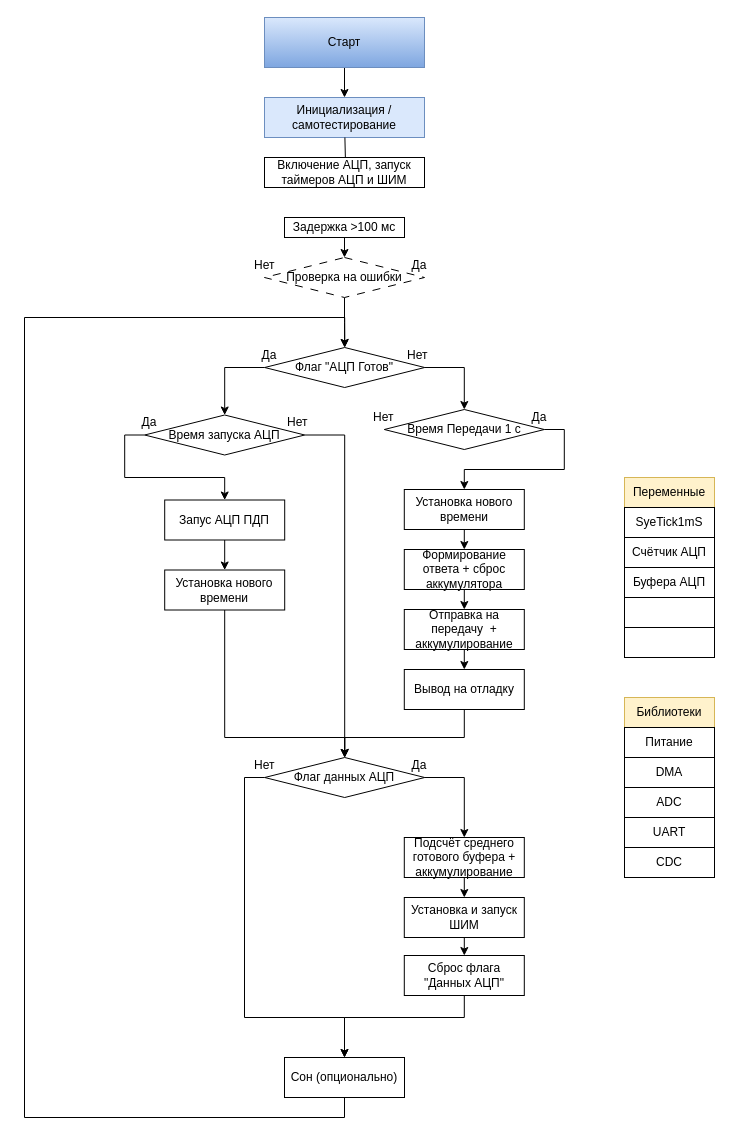
Earlier version of the draw.io diagram page "Главный цикл - 1" (1 of 2) of Диаграмма тестового задания.1.drawio (Anunachy666/STM32_ADC_PWM_1). Source tidied: cells renumbered, new cells numbered last; positions are measured from the earlier drawing's top-left corner, leaving out a move shared by most shapes. Both pictures are drawn from the tidied source at 100%, with x=0, y=0 at pixel (24, 17).
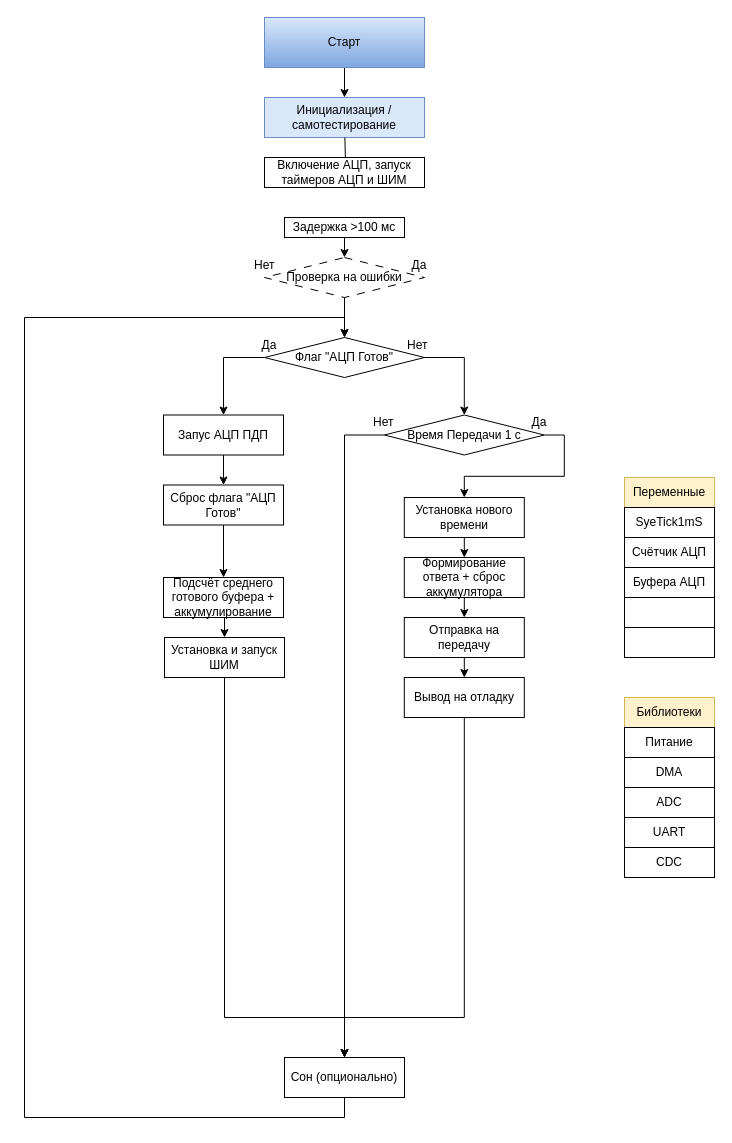
The same page after the edit.

Unchanged cells that the change refers to:
```xml
<mxCell id="45" value="Сон (опционально)" style="rounded=0;whiteSpace=wrap;html=1;" parent="1" vertex="1">
  <mxGeometry x="260" y="1040" width="120" height="40" as="geometry" />
</mxCell>
```

What changed in the source:
```diff
@@
-    <mxCell id="25" style="edgeStyle=orthogonalEdgeStyle;rounded=0;jettySize=auto;html=1;exitX=1;exitY=0.5;exitDx=0;exitDy=0;entryX=0.5;entryY=0;entryDx=0;entryDy=0;defaultLabelBackgroundColor=page;" parent="1" edge="1" source="27" target="31">
-      <mxGeometry relative="1" as="geometry" />
-    </mxCell>
-    <mxCell id="26" style="edgeStyle=orthogonalEdgeStyle;rounded=0;jettySize=auto;html=1;exitX=0;exitY=0.5;exitDx=0;exitDy=0;entryX=0.5;entryY=0;entryDx=0;entryDy=0;defaultLabelBackgroundColor=page;" parent="1" edge="1" source="27" target="45">
-      <mxGeometry x="-0.1" relative="1" as="geometry">
-        <Array as="points">
-          <mxPoint x="220" y="760" />
-          <mxPoint x="220" y="1000" />
-          <mxPoint x="320" y="1000" />
-        </Array>
-      </mxGeometry>
-    </mxCell>
-    <mxCell id="27" value="Флаг данных АЦП" style="rhombus;whiteSpace=wrap;html=1;" parent="1" vertex="1">
-      <mxGeometry x="240.2" y="740" width="160" height="40" as="geometry" />
-    </mxCell>
@@
+    <mxCell id="66" style="edgeStyle=orthogonalEdgeStyle;rounded=0;jettySize=auto;html=1;exitX=0;exitY=0.5;exitDx=0;exitDy=0;entryX=0.5;entryY=0;entryDx=0;entryDy=0;defaultLabelBackgroundColor=page;" parent="1" edge="1" source="29" target="45">
+      <mxGeometry relative="1" as="geometry" />
+    </mxCell>
     <mxCell id="29" value="Время Передачи 1 с" style="rhombus;whiteSpace=wrap;html=1;" parent="1" vertex="1">
-      <mxGeometry x="359.8" y="392" width="160" height="40" as="geometry" />
+      <mxGeometry x="359.8" y="397.5" width="160" height="40" as="geometry" />
     </mxCell>
@@
     <mxCell id="31" value="Подсчёт среднего готового буфера + аккумулирование" style="rounded=0;whiteSpace=wrap;html=1;" parent="1" vertex="1">
-      <mxGeometry x="379.8" y="820" width="120" height="40" as="geometry" />
+      <mxGeometry x="139" y="560" width="120" height="40" as="geometry" />
     </mxCell>
-    <mxCell id="32" style="edgeStyle=orthogonalEdgeStyle;rounded=0;jettySize=auto;html=1;exitX=0.5;exitY=1;exitDx=0;exitDy=0;entryX=0.5;entryY=0;entryDx=0;entryDy=0;" parent="1" edge="1" source="33" target="63">
-      <mxGeometry relative="1" as="geometry" />
-    </mxCell>
+    <mxCell id="67" style="edgeStyle=orthogonalEdgeStyle;rounded=0;jettySize=auto;html=1;exitX=0.5;exitY=1;exitDx=0;exitDy=0;entryX=0.5;entryY=0;entryDx=0;entryDy=0;defaultLabelBackgroundColor=page;" parent="1" edge="1" source="33" target="45">
+      <mxGeometry relative="1" as="geometry">
+        <Array as="points">
+          <mxPoint x="200" y="1000" />
+          <mxPoint x="320" y="1000" />
+        </Array>
+      </mxGeometry>
+    </mxCell>
     <mxCell id="33" value="Установка и запуск ШИМ" style="rounded=0;whiteSpace=wrap;html=1;" parent="1" vertex="1">
-      <mxGeometry x="379.8" y="880" width="120" height="40" as="geometry" />
+      <mxGeometry x="140" y="620" width="120" height="40" as="geometry" />
     </mxCell>
@@
     <mxCell id="35" value="Формирование ответа + сброс аккумулятора" style="rounded=0;whiteSpace=wrap;html=1;" parent="1" vertex="1">
-      <mxGeometry x="379.8" y="532" width="120" height="40" as="geometry" />
+      <mxGeometry x="379.8" y="540" width="120" height="40" as="geometry" />
     </mxCell>
@@
-    <mxCell id="37" value="Отправка на передачу&amp;nbsp; + аккумулирование" style="rounded=0;whiteSpace=wrap;html=1;" parent="1" vertex="1">
-      <mxGeometry x="379.8" y="592" width="120" height="40" as="geometry" />
+    <mxCell id="37" value="Отправка на передачу" style="rounded=0;whiteSpace=wrap;html=1;" parent="1" vertex="1">
+      <mxGeometry x="379.8" y="600" width="120" height="40" as="geometry" />
     </mxCell>
-    <mxCell id="38" style="edgeStyle=orthogonalEdgeStyle;rounded=0;jettySize=auto;html=1;exitX=0.5;exitY=1;exitDx=0;exitDy=0;entryX=0.5;entryY=0;entryDx=0;entryDy=0;defaultLabelBackgroundColor=page;" parent="1" edge="1" source="39" target="27">
-      <mxGeometry relative="1" as="geometry">
-        <Array as="points">
-          <mxPoint x="439.8" y="720" />
-          <mxPoint x="320.2" y="720" />
-        </Array>
-      </mxGeometry>
-    </mxCell>
+    <mxCell id="68" style="edgeStyle=orthogonalEdgeStyle;rounded=0;jettySize=auto;html=1;exitX=0.5;exitY=1;exitDx=0;exitDy=0;entryX=0.5;entryY=0;entryDx=0;entryDy=0;defaultLabelBackgroundColor=page;" parent="1" edge="1" source="39" target="45">
+      <mxGeometry relative="1" as="geometry">
+        <Array as="points">
+          <mxPoint x="439.8" y="1000" />
+          <mxPoint x="320" y="1000" />
+        </Array>
+      </mxGeometry>
+    </mxCell>
     <mxCell id="39" value="Вывод на отладку" style="rounded=0;whiteSpace=wrap;html=1;" parent="1" vertex="1">
-      <mxGeometry x="379.8" y="652" width="120" height="40" as="geometry" />
+      <mxGeometry x="379.8" y="660" width="120" height="40" as="geometry" />
     </mxCell>
-    <mxCell id="40" value="Да" style="text;html=1;whiteSpace=wrap;strokeColor=none;fillColor=none;align=center;verticalAlign=middle;rounded=0;" parent="1" vertex="1">
-      <mxGeometry x="380.2" y="740" width="30" height="15" as="geometry" />
-    </mxCell>
-    <mxCell id="41" value="Нет&amp;nbsp;" style="text;html=1;whiteSpace=wrap;strokeColor=none;fillColor=none;align=center;verticalAlign=middle;rounded=0;" parent="1" vertex="1">
-      <mxGeometry x="226.8" y="740" width="30" height="15" as="geometry" />
-    </mxCell>
     <mxCell id="42" value="Да" style="text;html=1;whiteSpace=wrap;strokeColor=none;fillColor=none;align=center;verticalAlign=middle;rounded=0;" parent="1" vertex="1">
-      <mxGeometry x="499.8" y="392" width="30" height="15" as="geometry" />
+      <mxGeometry x="499.8" y="397.5" width="30" height="15" as="geometry" />
     </mxCell>
     <mxCell id="43" value="Нет&amp;nbsp;" style="text;html=1;whiteSpace=wrap;strokeColor=none;fillColor=none;align=center;verticalAlign=middle;rounded=0;" parent="1" vertex="1">
-      <mxGeometry x="346.2" y="392" width="30" height="15" as="geometry" />
+      <mxGeometry x="346.2" y="397.5" width="30" height="15" as="geometry" />
     </mxCell>
@@
-    <mxCell id="47" style="edgeStyle=orthogonalEdgeStyle;rounded=0;jettySize=auto;html=1;exitX=0;exitY=0.5;exitDx=0;exitDy=0;entryX=0.5;entryY=0;entryDx=0;entryDy=0;defaultLabelBackgroundColor=page;" parent="1" edge="1" source="48" target="53">
+    <mxCell id="47" style="edgeStyle=orthogonalEdgeStyle;rounded=0;jettySize=auto;html=1;exitX=0;exitY=0.5;exitDx=0;exitDy=0;defaultLabelBackgroundColor=page;" parent="1" edge="1" source="48" target="59">
       <mxGeometry relative="1" as="geometry" />
     </mxCell>
     <mxCell id="48" value="Флаг &quot;АЦП Готов&quot;" style="rhombus;whiteSpace=wrap;html=1;" parent="1" vertex="1">
-      <mxGeometry x="240.2" y="330" width="160" height="40" as="geometry" />
+      <mxGeometry x="240" y="320" width="160" height="40" as="geometry" />
     </mxCell>
     <mxCell id="49" value="Да" style="text;html=1;whiteSpace=wrap;strokeColor=none;fillColor=none;align=center;verticalAlign=middle;rounded=0;" parent="1" vertex="1">
-      <mxGeometry x="230.2" y="330" width="30" height="15" as="geometry" />
+      <mxGeometry x="230" y="320" width="30" height="15" as="geometry" />
     </mxCell>
     <mxCell id="50" value="Нет&amp;nbsp;" style="text;html=1;whiteSpace=wrap;strokeColor=none;fillColor=none;align=center;verticalAlign=middle;rounded=0;" parent="1" vertex="1">
-      <mxGeometry x="380.2" y="330" width="30" height="15" as="geometry" />
+      <mxGeometry x="380" y="320" width="30" height="15" as="geometry" />
     </mxCell>
-    <mxCell id="51" style="edgeStyle=orthogonalEdgeStyle;rounded=0;jettySize=auto;html=1;exitX=0;exitY=0.5;exitDx=0;exitDy=0;entryX=0.5;entryY=0;entryDx=0;entryDy=0;" parent="1" edge="1" source="53" target="59">
-      <mxGeometry relative="1" as="geometry" />
-    </mxCell>
-    <mxCell id="52" style="edgeStyle=orthogonalEdgeStyle;rounded=0;jettySize=auto;html=1;exitX=1;exitY=0.5;exitDx=0;exitDy=0;entryX=0.5;entryY=0;entryDx=0;entryDy=0;defaultLabelBackgroundColor=page;" parent="1" edge="1" source="53" target="27">
-      <mxGeometry relative="1" as="geometry" />
-    </mxCell>
-    <mxCell id="53" value="Время запуска АЦП" style="rhombus;whiteSpace=wrap;html=1;" parent="1" vertex="1">
-      <mxGeometry x="120.2" y="397.5" width="160" height="40" as="geometry" />
-    </mxCell>
-    <mxCell id="54" style="edgeStyle=orthogonalEdgeStyle;rounded=0;jettySize=auto;html=1;exitX=0.5;exitY=1;exitDx=0;exitDy=0;entryX=0.5;entryY=0;entryDx=0;entryDy=0;defaultLabelBackgroundColor=page;" parent="1" edge="1" source="55" target="27">
-      <mxGeometry relative="1" as="geometry">
-        <Array as="points">
-          <mxPoint x="200.2" y="720" />
-          <mxPoint x="320.2" y="720" />
-        </Array>
-      </mxGeometry>
-    </mxCell>
+    <mxCell id="69" style="edgeStyle=orthogonalEdgeStyle;rounded=0;jettySize=auto;html=1;exitX=0.5;exitY=1;exitDx=0;exitDy=0;entryX=0.5;entryY=0;entryDx=0;entryDy=0;defaultLabelBackgroundColor=page;" parent="1" edge="1" source="55" target="31">
+      <mxGeometry x="-0.63" relative="1" as="geometry" />
+    </mxCell>
-    <mxCell id="55" value="Установка нового времени" style="rounded=0;whiteSpace=wrap;html=1;" parent="1" vertex="1">
-      <mxGeometry x="140.2" y="552.5" width="120" height="40" as="geometry" />
+    <mxCell id="55" value="Сброс флага &quot;АЦП Готов&quot;" style="rounded=0;whiteSpace=wrap;html=1;" parent="1" vertex="1">
+      <mxGeometry x="139" y="467.5" width="120" height="40" as="geometry" />
     </mxCell>
-    <mxCell id="56" value="Нет&amp;nbsp;" style="text;html=1;whiteSpace=wrap;strokeColor=none;fillColor=none;align=center;verticalAlign=middle;rounded=0;" parent="1" vertex="1">
-      <mxGeometry x="260.2" y="397.5" width="30" height="15" as="geometry" />
-    </mxCell>
-    <mxCell id="57" value="Да" style="text;html=1;whiteSpace=wrap;strokeColor=none;fillColor=none;align=center;verticalAlign=middle;rounded=0;" parent="1" vertex="1">
-      <mxGeometry x="110.2" y="397.5" width="30" height="15" as="geometry" />
-    </mxCell>
@@
     <mxCell id="59" value="Запус АЦП ПДП" style="rounded=0;whiteSpace=wrap;html=1;" parent="1" vertex="1">
-      <mxGeometry x="140.2" y="482.5" width="120" height="40" as="geometry" />
+      <mxGeometry x="139" y="397.5" width="120" height="40" as="geometry" />
     </mxCell>
@@
     <mxCell id="61" value="Установка нового времени" style="rounded=0;whiteSpace=wrap;html=1;" parent="1" vertex="1">
-      <mxGeometry x="379.8" y="472" width="120" height="40" as="geometry" />
+      <mxGeometry x="379.8" y="480" width="120" height="40" as="geometry" />
     </mxCell>
-    <mxCell id="62" style="edgeStyle=orthogonalEdgeStyle;rounded=0;jettySize=auto;html=1;exitX=0.5;exitY=1;exitDx=0;exitDy=0;entryX=0.5;entryY=0;entryDx=0;entryDy=0;defaultLabelBackgroundColor=page;" parent="1" edge="1" source="63" target="45">
-      <mxGeometry x="0.01" relative="1" as="geometry">
-        <Array as="points">
-          <mxPoint x="439.5" y="1000" />
-          <mxPoint x="320" y="1000" />
-        </Array>
-      </mxGeometry>
-    </mxCell>
-    <mxCell id="63" value="Сброс флага &quot;Данных АЦП&quot;" style="rounded=0;whiteSpace=wrap;html=1;" parent="1" vertex="1">
-      <mxGeometry x="379.8" y="938" width="120" height="40" as="geometry" />
-    </mxCell>
```
